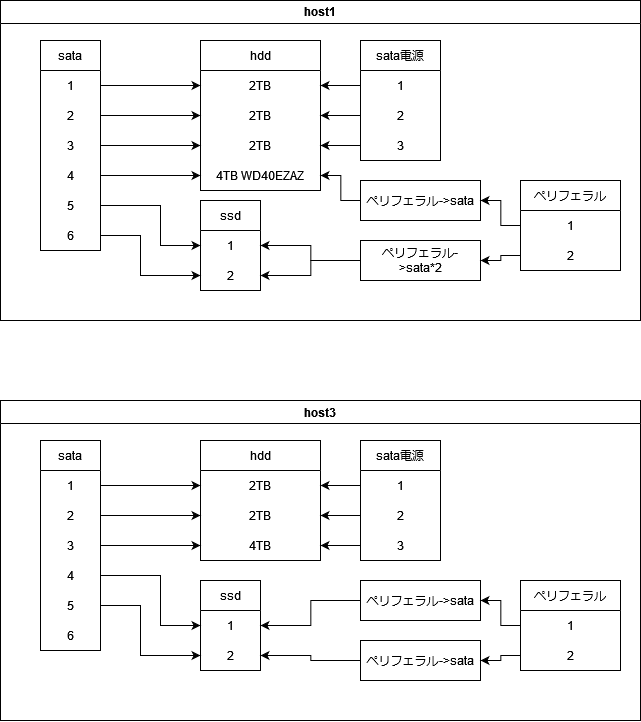
This is config/hardware.drawio.png from kigawa01/kigawa01, a draw.io export, as it was before one commit. Source tidied: cells renumbered, new cells last; positions are measured from the earlier drawing's top-left corner, leaving out a move shared by most shapes.
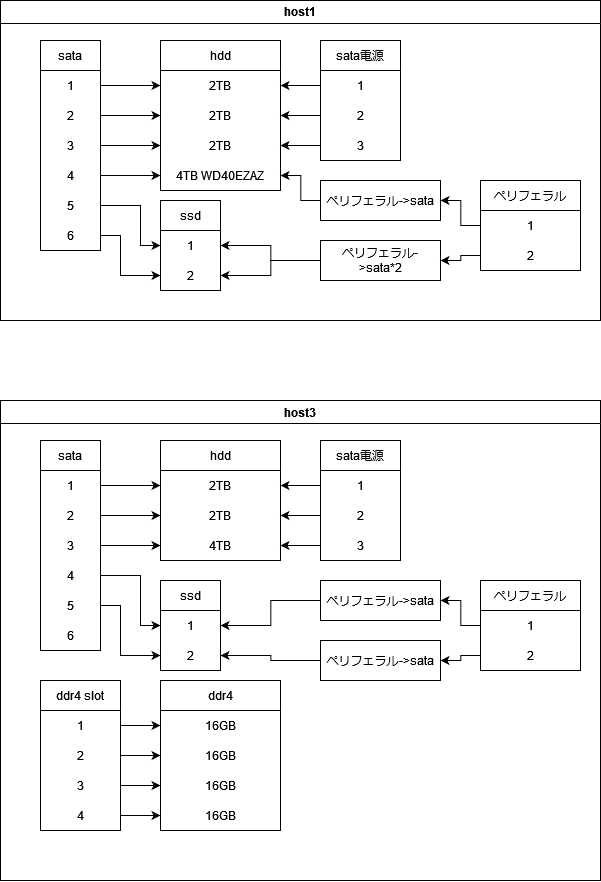
The same file after the commit.

Commit message:
hardware.drawio.png を更新します

What changed in the source:
```diff
@@ -3,7 +3,7 @@
     <mxCell id="0" />
     <mxCell id="1" parent="0" />
     <mxCell id="2" value="host1" style="swimlane;whiteSpace=wrap;html=1;" parent="1" vertex="1">
-      <mxGeometry width="640" height="320" as="geometry" />
+      <mxGeometry width="600" height="320" as="geometry" />
     </mxCell>
     <mxCell id="3" value="sata" style="swimlane;fontStyle=0;horizontal=1;startSize=30;whiteSpace=wrap;html=1;" parent="2" vertex="1">
       <mxGeometry x="40" y="40" width="60" height="210" as="geometry" />
@@ -27,7 +27,7 @@
       <mxGeometry y="180" width="60" height="30" as="geometry" />
     </mxCell>
     <mxCell id="10" value="hdd" style="swimlane;fontStyle=0;horizontal=1;startSize=30;whiteSpace=wrap;html=1;" parent="2" vertex="1">
-      <mxGeometry x="200" y="40" width="120" height="150" as="geometry" />
+      <mxGeometry x="160" y="40" width="120" height="150" as="geometry" />
     </mxCell>
     <mxCell id="11" value="2TB" style="text;strokeColor=none;fillColor=none;align=center;verticalAlign=middle;spacingLeft=4;spacingRight=4;overflow=hidden;points=[[0,0.5],[1,0.5]];portConstraint=eastwest;whiteSpace=wrap;html=1;" parent="10" vertex="1">
       <mxGeometry y="30" width="120" height="30" as="geometry" />
@@ -42,7 +42,7 @@
       <mxGeometry y="120" width="120" height="30" as="geometry" />
     </mxCell>
     <mxCell id="15" value="ssd" style="swimlane;fontStyle=0;horizontal=1;startSize=30;whiteSpace=wrap;html=1;" parent="2" vertex="1">
-      <mxGeometry x="200" y="200" width="60" height="90" as="geometry" />
+      <mxGeometry x="160" y="200" width="60" height="90" as="geometry" />
     </mxCell>
     <mxCell id="16" value="1" style="text;strokeColor=none;fillColor=none;align=center;verticalAlign=middle;spacingLeft=4;spacingRight=4;overflow=hidden;points=[[0,0.5],[1,0.5]];portConstraint=eastwest;whiteSpace=wrap;html=1;" parent="15" vertex="1">
       <mxGeometry y="30" width="60" height="30" as="geometry" />
@@ -65,19 +65,19 @@
     <mxCell id="22" style="edgeStyle=elbowEdgeStyle;rounded=0;jettySize=auto;html=1;exitX=1;exitY=0.5;exitDx=0;exitDy=0;entryX=0;entryY=0.5;entryDx=0;entryDy=0;" parent="2" edge="1" source="8" target="16">
       <mxGeometry relative="1" as="geometry">
         <Array as="points">
-          <mxPoint x="160" y="230" />
+          <mxPoint x="140" y="220" />
         </Array>
       </mxGeometry>
     </mxCell>
     <mxCell id="23" style="edgeStyle=elbowEdgeStyle;rounded=0;jettySize=auto;html=1;exitX=1;exitY=0.5;exitDx=0;exitDy=0;entryX=0;entryY=0.5;entryDx=0;entryDy=0;" parent="2" edge="1" source="9" target="17">
       <mxGeometry relative="1" as="geometry">
         <Array as="points">
-          <mxPoint x="140" y="260" />
+          <mxPoint x="120" y="260" />
         </Array>
       </mxGeometry>
     </mxCell>
     <mxCell id="24" value="sata電源" style="swimlane;fontStyle=0;horizontal=1;startSize=30;whiteSpace=wrap;html=1;" parent="2" vertex="1">
-      <mxGeometry x="360" y="40" width="80" height="120" as="geometry" />
+      <mxGeometry x="320" y="40" width="80" height="120" as="geometry" />
     </mxCell>
     <mxCell id="25" value="1" style="text;strokeColor=none;fillColor=none;align=center;verticalAlign=middle;spacingLeft=4;spacingRight=4;overflow=hidden;points=[[0,0.5],[1,0.5]];portConstraint=eastwest;whiteSpace=wrap;html=1;" parent="24" vertex="1">
       <mxGeometry y="30" width="80" height="30" as="geometry" />
@@ -98,7 +98,7 @@
       <mxGeometry relative="1" as="geometry" />
     </mxCell>
     <mxCell id="31" value="ペリフェラル" style="swimlane;fontStyle=0;horizontal=1;startSize=30;whiteSpace=wrap;html=1;" parent="2" vertex="1">
-      <mxGeometry x="520" y="180" width="100" height="90" as="geometry" />
+      <mxGeometry x="480" y="180" width="100" height="90" as="geometry" />
     </mxCell>
     <mxCell id="32" value="1" style="text;strokeColor=none;fillColor=none;align=center;verticalAlign=middle;spacingLeft=4;spacingRight=4;overflow=hidden;points=[[0,0.5],[1,0.5]];portConstraint=eastwest;whiteSpace=wrap;html=1;" parent="31" vertex="1">
       <mxGeometry y="30" width="100" height="30" as="geometry" />
@@ -110,7 +110,7 @@
       <mxGeometry relative="1" as="geometry" />
     </mxCell>
     <mxCell id="35" value="ペリフェラル-&amp;gt;sata" style="rounded=0;whiteSpace=wrap;html=1;" parent="2" vertex="1">
-      <mxGeometry x="360" y="180" width="120" height="40" as="geometry" />
+      <mxGeometry x="320" y="180" width="120" height="40" as="geometry" />
     </mxCell>
     <mxCell id="36" style="edgeStyle=elbowEdgeStyle;rounded=0;jettySize=auto;html=1;exitX=0;exitY=0.5;exitDx=0;exitDy=0;entryX=1;entryY=0.5;entryDx=0;entryDy=0;" parent="2" edge="1" source="38" target="16">
       <mxGeometry relative="1" as="geometry" />
@@ -119,7 +119,7 @@
       <mxGeometry relative="1" as="geometry" />
     </mxCell>
     <mxCell id="38" value="ペリフェラル-&amp;gt;sata*2" style="rounded=0;whiteSpace=wrap;html=1;" parent="2" vertex="1">
-      <mxGeometry x="360" y="240" width="120" height="40" as="geometry" />
+      <mxGeometry x="320" y="240" width="120" height="40" as="geometry" />
     </mxCell>
     <mxCell id="39" style="edgeStyle=elbowEdgeStyle;rounded=0;jettySize=auto;html=1;exitX=0;exitY=0.5;exitDx=0;exitDy=0;entryX=1;entryY=0.5;entryDx=0;entryDy=0;" parent="2" edge="1" source="32" target="35">
       <mxGeometry relative="1" as="geometry" />
@@ -128,7 +128,7 @@
       <mxGeometry relative="1" as="geometry" />
     </mxCell>
     <mxCell id="41" value="host3" style="swimlane;whiteSpace=wrap;html=1;" parent="1" vertex="1">
-      <mxGeometry y="400" width="640" height="320" as="geometry" />
+      <mxGeometry y="400" width="600" height="480" as="geometry" />
     </mxCell>
     <mxCell id="42" value="sata" style="swimlane;fontStyle=0;horizontal=1;startSize=30;whiteSpace=wrap;html=1;" parent="41" vertex="1">
       <mxGeometry x="40" y="40" width="60" height="210" as="geometry" />
@@ -152,7 +152,7 @@
       <mxGeometry y="180" width="60" height="30" as="geometry" />
     </mxCell>
     <mxCell id="49" value="hdd" style="swimlane;fontStyle=0;horizontal=1;startSize=30;whiteSpace=wrap;html=1;" parent="41" vertex="1">
-      <mxGeometry x="200" y="40" width="120" height="120" as="geometry" />
+      <mxGeometry x="160" y="40" width="120" height="120" as="geometry" />
     </mxCell>
     <mxCell id="50" value="2TB" style="text;strokeColor=none;fillColor=none;align=center;verticalAlign=middle;spacingLeft=4;spacingRight=4;overflow=hidden;points=[[0,0.5],[1,0.5]];portConstraint=eastwest;whiteSpace=wrap;html=1;" parent="49" vertex="1">
       <mxGeometry y="30" width="120" height="30" as="geometry" />
@@ -164,7 +164,7 @@
       <mxGeometry y="90" width="120" height="30" as="geometry" />
     </mxCell>
     <mxCell id="53" value="ssd" style="swimlane;fontStyle=0;horizontal=1;startSize=30;whiteSpace=wrap;html=1;" parent="41" vertex="1">
-      <mxGeometry x="200" y="180" width="60" height="90" as="geometry" />
+      <mxGeometry x="160" y="180" width="60" height="90" as="geometry" />
     </mxCell>
     <mxCell id="54" value="1" style="text;strokeColor=none;fillColor=none;align=center;verticalAlign=middle;spacingLeft=4;spacingRight=4;overflow=hidden;points=[[0,0.5],[1,0.5]];portConstraint=eastwest;whiteSpace=wrap;html=1;" parent="53" vertex="1">
       <mxGeometry y="30" width="60" height="30" as="geometry" />
@@ -187,19 +187,19 @@
     <mxCell id="60" style="edgeStyle=elbowEdgeStyle;rounded=0;jettySize=auto;html=1;exitX=1;exitY=0.5;exitDx=0;exitDy=0;entryX=0;entryY=0.5;entryDx=0;entryDy=0;" parent="41" edge="1" source="46" target="54">
       <mxGeometry relative="1" as="geometry">
         <Array as="points">
-          <mxPoint x="160" y="230" />
+          <mxPoint x="140" y="200" />
         </Array>
       </mxGeometry>
     </mxCell>
     <mxCell id="61" style="edgeStyle=elbowEdgeStyle;rounded=0;jettySize=auto;html=1;exitX=1;exitY=0.5;exitDx=0;exitDy=0;entryX=0;entryY=0.5;entryDx=0;entryDy=0;" parent="41" edge="1" source="47" target="55">
       <mxGeometry relative="1" as="geometry">
         <Array as="points">
-          <mxPoint x="140" y="260" />
+          <mxPoint x="120" y="240" />
         </Array>
       </mxGeometry>
     </mxCell>
     <mxCell id="62" value="sata電源" style="swimlane;fontStyle=0;horizontal=1;startSize=30;whiteSpace=wrap;html=1;" parent="41" vertex="1">
-      <mxGeometry x="360" y="40" width="80" height="120" as="geometry" />
+      <mxGeometry x="320" y="40" width="80" height="120" as="geometry" />
     </mxCell>
     <mxCell id="63" value="1" style="text;strokeColor=none;fillColor=none;align=center;verticalAlign=middle;spacingLeft=4;spacingRight=4;overflow=hidden;points=[[0,0.5],[1,0.5]];portConstraint=eastwest;whiteSpace=wrap;html=1;" parent="62" vertex="1">
       <mxGeometry y="30" width="80" height="30" as="geometry" />
@@ -220,7 +220,7 @@
       <mxGeometry relative="1" as="geometry" />
     </mxCell>
     <mxCell id="69" value="ペリフェラル" style="swimlane;fontStyle=0;horizontal=1;startSize=30;whiteSpace=wrap;html=1;" parent="41" vertex="1">
-      <mxGeometry x="520" y="180" width="100" height="90" as="geometry" />
+      <mxGeometry x="480" y="180" width="100" height="90" as="geometry" />
     </mxCell>
     <mxCell id="70" value="1" style="text;strokeColor=none;fillColor=none;align=center;verticalAlign=middle;spacingLeft=4;spacingRight=4;overflow=hidden;points=[[0,0.5],[1,0.5]];portConstraint=eastwest;whiteSpace=wrap;html=1;" parent="69" vertex="1">
       <mxGeometry y="30" width="100" height="30" as="geometry" />
@@ -232,13 +232,13 @@
       <mxGeometry relative="1" as="geometry" />
     </mxCell>
     <mxCell id="73" value="ペリフェラル-&amp;gt;sata" style="rounded=0;whiteSpace=wrap;html=1;" parent="41" vertex="1">
-      <mxGeometry x="360" y="180" width="120" height="40" as="geometry" />
+      <mxGeometry x="320" y="180" width="120" height="40" as="geometry" />
     </mxCell>
     <mxCell id="74" style="edgeStyle=elbowEdgeStyle;rounded=0;jettySize=auto;html=1;exitX=0;exitY=0.5;exitDx=0;exitDy=0;entryX=1;entryY=0.5;entryDx=0;entryDy=0;" parent="41" edge="1" source="75" target="55">
       <mxGeometry relative="1" as="geometry" />
     </mxCell>
     <mxCell id="75" value="ペリフェラル-&amp;gt;sata" style="rounded=0;whiteSpace=wrap;html=1;" parent="41" vertex="1">
-      <mxGeometry x="360" y="240" width="120" height="40" as="geometry" />
+      <mxGeometry x="320" y="240" width="120" height="40" as="geometry" />
     </mxCell>
     <mxCell id="76" style="edgeStyle=elbowEdgeStyle;rounded=0;jettySize=auto;html=1;exitX=0;exitY=0.5;exitDx=0;exitDy=0;entryX=1;entryY=0.5;entryDx=0;entryDy=0;" parent="41" edge="1" source="70" target="73">
       <mxGeometry relative="1" as="geometry" />
@@ -249,5 +249,47 @@
     <mxCell id="78" style="edgeStyle=orthogonalEdgeStyle;rounded=0;jettySize=auto;html=1;exitX=0;exitY=0.5;exitDx=0;exitDy=0;entryX=1;entryY=0.5;entryDx=0;entryDy=0;" parent="41" edge="1" source="65" target="52">
       <mxGeometry relative="1" as="geometry" />
     </mxCell>
+    <mxCell id="79" value="ddr4 slot" style="swimlane;fontStyle=0;horizontal=1;startSize=30;whiteSpace=wrap;html=1;" parent="41" vertex="1">
+      <mxGeometry x="40" y="280" width="80" height="150" as="geometry" />
+    </mxCell>
+    <mxCell id="80" value="1" style="text;strokeColor=none;fillColor=none;align=center;verticalAlign=middle;spacingLeft=4;spacingRight=4;overflow=hidden;points=[[0,0.5],[1,0.5]];portConstraint=eastwest;whiteSpace=wrap;html=1;" parent="79" vertex="1">
+      <mxGeometry y="30" width="80" height="30" as="geometry" />
+    </mxCell>
+    <mxCell id="81" value="2" style="text;strokeColor=none;fillColor=none;align=center;verticalAlign=middle;spacingLeft=4;spacingRight=4;overflow=hidden;points=[[0,0.5],[1,0.5]];portConstraint=eastwest;whiteSpace=wrap;html=1;" parent="79" vertex="1">
+      <mxGeometry y="60" width="80" height="30" as="geometry" />
+    </mxCell>
+    <mxCell id="82" value="3" style="text;strokeColor=none;fillColor=none;align=center;verticalAlign=middle;spacingLeft=4;spacingRight=4;overflow=hidden;points=[[0,0.5],[1,0.5]];portConstraint=eastwest;whiteSpace=wrap;html=1;" parent="79" vertex="1">
+      <mxGeometry y="90" width="80" height="30" as="geometry" />
+    </mxCell>
+    <mxCell id="83" value="4" style="text;strokeColor=none;fillColor=none;align=center;verticalAlign=middle;spacingLeft=4;spacingRight=4;overflow=hidden;points=[[0,0.5],[1,0.5]];portConstraint=eastwest;whiteSpace=wrap;html=1;" parent="79" vertex="1">
+      <mxGeometry y="120" width="80" height="30" as="geometry" />
+    </mxCell>
+    <mxCell id="84" value="ddr4" style="swimlane;fontStyle=0;horizontal=1;startSize=30;whiteSpace=wrap;html=1;" parent="41" vertex="1">
+      <mxGeometry x="160" y="280" width="120" height="150" as="geometry" />
+    </mxCell>
+    <mxCell id="85" value="16GB" style="text;strokeColor=none;fillColor=none;align=center;verticalAlign=middle;spacingLeft=4;spacingRight=4;overflow=hidden;points=[[0,0.5],[1,0.5]];portConstraint=eastwest;whiteSpace=wrap;html=1;" parent="84" vertex="1">
+      <mxGeometry y="30" width="120" height="30" as="geometry" />
+    </mxCell>
+    <mxCell id="86" value="16GB" style="text;strokeColor=none;fillColor=none;align=center;verticalAlign=middle;spacingLeft=4;spacingRight=4;overflow=hidden;points=[[0,0.5],[1,0.5]];portConstraint=eastwest;whiteSpace=wrap;html=1;" parent="84" vertex="1">
+      <mxGeometry y="60" width="120" height="30" as="geometry" />
+    </mxCell>
+    <mxCell id="87" value="16GB" style="text;strokeColor=none;fillColor=none;align=center;verticalAlign=middle;spacingLeft=4;spacingRight=4;overflow=hidden;points=[[0,0.5],[1,0.5]];portConstraint=eastwest;whiteSpace=wrap;html=1;" parent="84" vertex="1">
+      <mxGeometry y="90" width="120" height="30" as="geometry" />
+    </mxCell>
+    <mxCell id="88" value="16GB" style="text;strokeColor=none;fillColor=none;align=center;verticalAlign=middle;spacingLeft=4;spacingRight=4;overflow=hidden;points=[[0,0.5],[1,0.5]];portConstraint=eastwest;whiteSpace=wrap;html=1;" parent="84" vertex="1">
+      <mxGeometry y="120" width="120" height="30" as="geometry" />
+    </mxCell>
+    <mxCell id="89" style="edgeStyle=orthogonalEdgeStyle;rounded=0;jettySize=auto;html=1;exitX=1;exitY=0.5;exitDx=0;exitDy=0;entryX=0;entryY=0.5;entryDx=0;entryDy=0;" parent="41" edge="1" source="80" target="85">
+      <mxGeometry relative="1" as="geometry" />
+    </mxCell>
+    <mxCell id="90" style="edgeStyle=orthogonalEdgeStyle;rounded=0;jettySize=auto;html=1;exitX=1;exitY=0.5;exitDx=0;exitDy=0;entryX=0;entryY=0.5;entryDx=0;entryDy=0;" parent="41" edge="1" source="81" target="86">
+      <mxGeometry relative="1" as="geometry" />
+    </mxCell>
+    <mxCell id="91" style="edgeStyle=orthogonalEdgeStyle;rounded=0;jettySize=auto;html=1;exitX=1;exitY=0.5;exitDx=0;exitDy=0;entryX=0;entryY=0.5;entryDx=0;entryDy=0;" parent="41" edge="1" source="82" target="87">
+      <mxGeometry relative="1" as="geometry" />
+    </mxCell>
+    <mxCell id="92" style="edgeStyle=orthogonalEdgeStyle;rounded=0;jettySize=auto;html=1;exitX=1;exitY=0.5;exitDx=0;exitDy=0;entryX=0;entryY=0.5;entryDx=0;entryDy=0;" parent="41" edge="1" source="83" target="88">
+      <mxGeometry relative="1" as="geometry" />
+    </mxCell>
   </root>
 </mxGraphModel>
```
